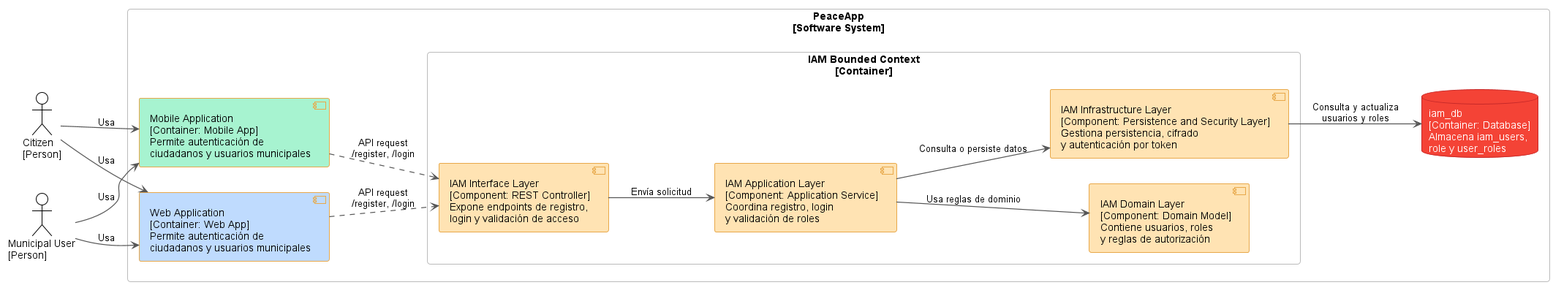
The PlantUML diagram assets/component-backend-iam.png in PeaceApp-Emergentes/project-report, before a commit. Its diagram source:
```plantuml
@startuml IAM_Backend_Component_Diagram
!theme plain
left to right direction

skinparam backgroundColor #FFFFFF
skinparam shadowing false
skinparam defaultFontName Arial
skinparam ArrowColor #555555
skinparam ArrowThickness 1.2

skinparam rectangle {
  BorderColor #BBBBBB
  BackgroundColor #FFFFFF
  FontColor #000000
  RoundCorner 8
}

skinparam component {
  BorderColor #E8A84A
  BackgroundColor #FFE3B3
  FontColor #000000
}

skinparam database {
  BorderColor #C62828
  BackgroundColor #F44336
  FontColor #FFFFFF
}

actor "Citizen\n[Person]" as Citizen
actor "Municipal User\n[Person]" as MunicipalUser

rectangle "PeaceApp\n[Software System]" as PeaceApp {

  component "Mobile Application\n[Container: Mobile App]\nPermite autenticación de\nciudadanos y usuarios municipales" as MobileApp #A7F3D0

  component "Web Application\n[Container: Web App]\nPermite autenticación de\nciudadanos y usuarios municipales" as WebApp #BFDBFE

  rectangle "IAM Bounded Context\n[Container]" as IAMContext {

    component "IAM Interface Layer\n[Component: REST Controller]\nExpone endpoints de registro,\nlogin y validación de acceso" as InterfaceLayer

    component "IAM Application Layer\n[Component: Application Service]\nCoordina registro, login\ny validación de roles" as ApplicationLayer

    component "IAM Domain Layer\n[Component: Domain Model]\nContiene usuarios, roles\ny reglas de autorización" as DomainLayer

    component "IAM Infrastructure Layer\n[Component: Persistence and Security Layer]\nGestiona persistencia, cifrado\ny autenticación por token" as InfrastructureLayer
  }

  database "iam_db\n[Container: Database]\nAlmacena iam_users,\nrole y user_roles" as Database
}

Citizen --> MobileApp : Usa
Citizen --> WebApp : Usa

MunicipalUser --> MobileApp : Usa
MunicipalUser --> WebApp : Usa

MobileApp ..> InterfaceLayer : API request\n/register, /login
WebApp ..> InterfaceLayer : API request\n/register, /login

InterfaceLayer --> ApplicationLayer : Envía solicitud
ApplicationLayer --> DomainLayer : Usa reglas de dominio
ApplicationLayer --> InfrastructureLayer : Consulta o persiste datos
InfrastructureLayer --> Database : Consulta y actualiza\nusuarios y roles

@enduml
```
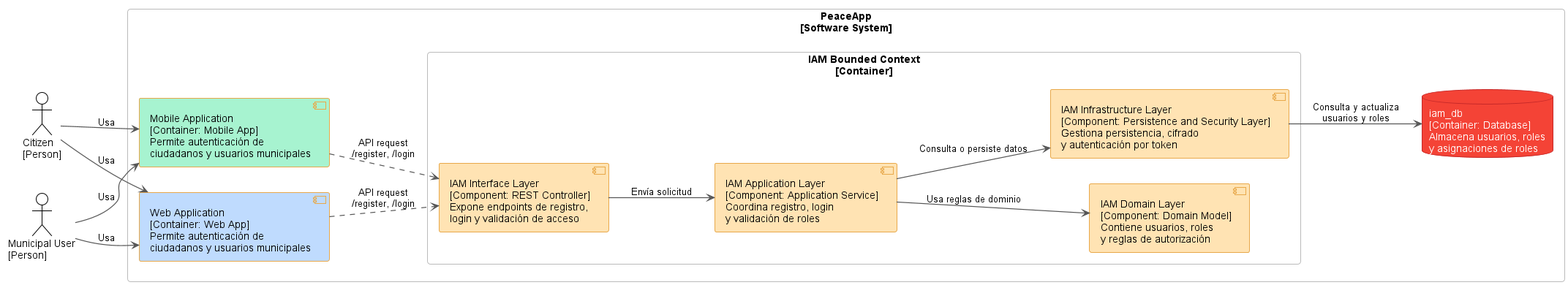
Later version of the same file.

Change to the diagram source:
```diff
@@ -1,4 +1,4 @@
-@startuml IAM_Backend_Component_Diagram
+@startuml component-backend-iam
 !theme plain
 left to right direction
 
@@ -47,7 +47,7 @@
     component "IAM Infrastructure Layer\n[Component: Persistence and Security Layer]\nGestiona persistencia, cifrado\ny autenticación por token" as InfrastructureLayer
   }
 
-  database "iam_db\n[Container: Database]\nAlmacena iam_users,\nrole y user_roles" as Database
+  database "iam_db\n[Container: Database]\nAlmacena usuarios, roles\ny asignaciones de roles" as Database
 }
 
 Citizen --> MobileApp : Usa
```
